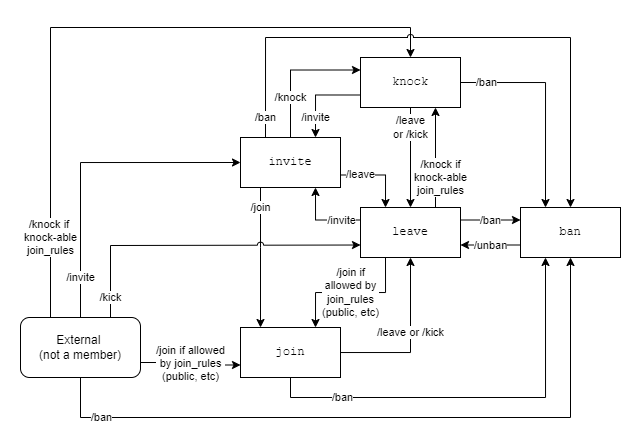
matrix-org/matrix-spec keeps this draw.io diagram as static/diagrams/membership.png. Above is the earlier version. Source tidied: cells renumbered, new cells last; positions are measured from the earlier drawing's top-left corner, leaving out a move shared by most shapes.
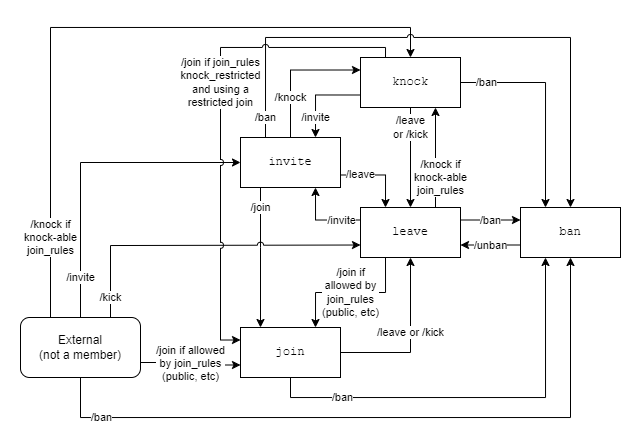
Later version of the same file.

Commit message:
Document case of knock->join membership transition

Change to the diagram source:
```diff
@@ -114,5 +114,14 @@
     <mxCell id="27" value="/knock if&lt;br&gt;knock-able&lt;br&gt;join_rules&lt;br&gt;" style="edgeStyle=orthogonalEdgeStyle;rounded=0;jettySize=auto;html=1;exitX=0.75;exitY=0;exitDx=0;exitDy=0;entryX=0.75;entryY=1;entryDx=0;entryDy=0;" parent="1" edge="1" source="12" target="18">
       <mxGeometry x="-0.4" y="-5" relative="1" as="geometry" />
     </mxCell>
+    <mxCell id="28" value="/join if join_rules&lt;br&gt;knock_restricted&lt;br&gt;and using a &lt;br&gt;restricted join" style="edgeStyle=orthogonalEdgeStyle;rounded=0;jettySize=auto;html=1;exitX=0.25;exitY=0;exitDx=0;exitDy=0;entryX=0;entryY=0.25;entryDx=0;entryDy=0;jumpStyle=arc;" parent="1" edge="1" source="18" target="6">
+      <mxGeometry x="-0.14" relative="1" as="geometry">
+        <Array as="points">
+          <mxPoint x="365" y="20" />
+          <mxPoint x="200" y="20" />
+          <mxPoint x="200" y="313" />
+        </Array>
+      </mxGeometry>
+    </mxCell>
   </root>
 </mxGraphModel>
```
